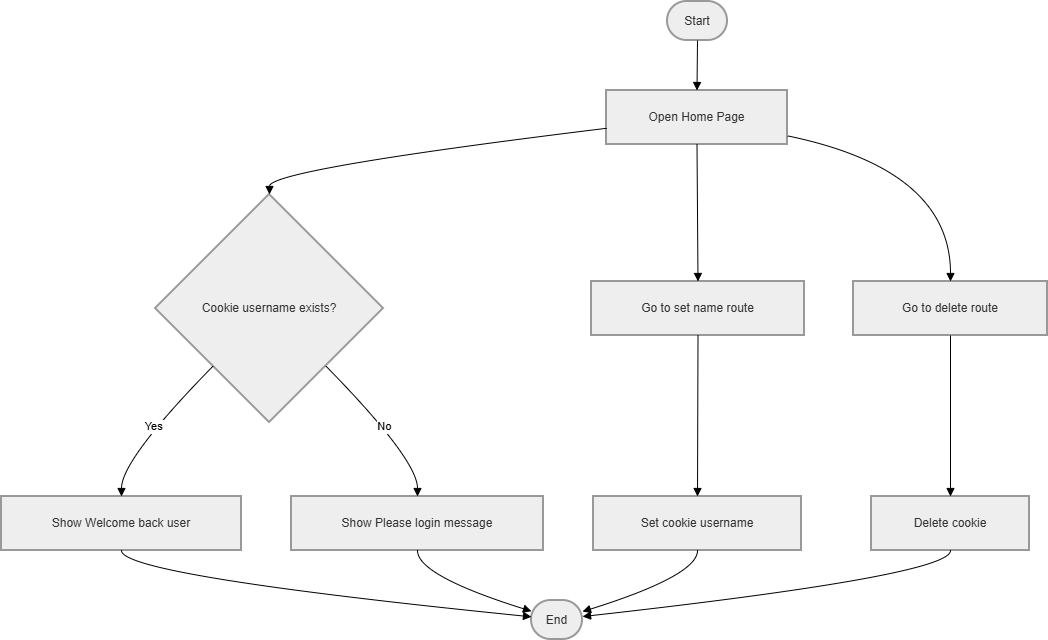
This is Cookies_activities/coookies.drawio.png from Sundhari-Hanish/Flask_Framework, a draw.io export, as it was before one commit. Source tidied: cells renumbered, new cells last; positions are measured from the earlier drawing's top-left corner, leaving out a move shared by most shapes. Its diagram source:
```xml
<mxGraphModel>
  <root>
    <mxCell id="0" />
    <mxCell id="1" parent="0" />
    <mxCell id="2" value="Start" style="rounded=1;whiteSpace=wrap;arcSize=50;strokeWidth=2;fillColor=light-dark(#eeeeee,#1f2020);strokeColor=light-dark(#999999,#cccccc);fontColor=light-dark(#333333,#cccccc);" parent="1" vertex="1">
      <mxGeometry x="666" width="60" height="39" as="geometry" />
    </mxCell>
    <mxCell id="3" value="Open Home Page" style="whiteSpace=wrap;strokeWidth=2;fillColor=light-dark(#eeeeee,#1f2020);strokeColor=light-dark(#999999,#cccccc);fontColor=light-dark(#333333,#cccccc);" parent="1" vertex="1">
      <mxGeometry x="605" y="89" width="181" height="54" as="geometry" />
    </mxCell>
    <mxCell id="4" value="Cookie username exists?" style="rhombus;strokeWidth=2;whiteSpace=wrap;fillColor=light-dark(#eeeeee,#1f2020);strokeColor=light-dark(#999999,#cccccc);fontColor=light-dark(#333333,#cccccc);" parent="1" vertex="1">
      <mxGeometry x="154" y="193" width="228" height="228" as="geometry" />
    </mxCell>
    <mxCell id="5" value="Show Welcome back user" style="whiteSpace=wrap;strokeWidth=2;fillColor=light-dark(#eeeeee,#1f2020);strokeColor=light-dark(#999999,#cccccc);fontColor=light-dark(#333333,#cccccc);" parent="1" vertex="1">
      <mxGeometry y="495" width="240" height="54" as="geometry" />
    </mxCell>
    <mxCell id="6" value="Show Please login message" style="whiteSpace=wrap;strokeWidth=2;fillColor=light-dark(#eeeeee,#1f2020);strokeColor=light-dark(#999999,#cccccc);fontColor=light-dark(#333333,#cccccc);" parent="1" vertex="1">
      <mxGeometry x="290" y="495" width="252" height="54" as="geometry" />
    </mxCell>
    <mxCell id="7" value="Go to set name route" style="whiteSpace=wrap;strokeWidth=2;fillColor=light-dark(#eeeeee,#1f2020);strokeColor=light-dark(#999999,#cccccc);fontColor=light-dark(#333333,#cccccc);" parent="1" vertex="1">
      <mxGeometry x="590" y="280" width="213" height="54" as="geometry" />
    </mxCell>
    <mxCell id="8" value="Set cookie username" style="whiteSpace=wrap;strokeWidth=2;fillColor=light-dark(#eeeeee,#1f2020);strokeColor=light-dark(#999999,#cccccc);fontColor=light-dark(#333333,#cccccc);" parent="1" vertex="1">
      <mxGeometry x="592" y="495" width="208" height="54" as="geometry" />
    </mxCell>
    <mxCell id="9" value="Go to delete route" style="whiteSpace=wrap;strokeWidth=2;fillColor=light-dark(#eeeeee,#1f2020);strokeColor=light-dark(#999999,#cccccc);fontColor=light-dark(#333333,#cccccc);" parent="1" vertex="1">
      <mxGeometry x="852" y="280" width="194" height="54" as="geometry" />
    </mxCell>
    <mxCell id="10" value="Delete cookie" style="whiteSpace=wrap;strokeWidth=2;fillColor=light-dark(#eeeeee,#1f2020);strokeColor=light-dark(#999999,#cccccc);fontColor=light-dark(#333333,#cccccc);" parent="1" vertex="1">
      <mxGeometry x="870" y="495" width="158" height="54" as="geometry" />
    </mxCell>
    <mxCell id="11" value="End" style="rounded=1;whiteSpace=wrap;arcSize=50;strokeWidth=2;fillColor=light-dark(#eeeeee,#1f2020);strokeColor=light-dark(#999999,#cccccc);fontColor=light-dark(#333333,#cccccc);" parent="1" vertex="1">
      <mxGeometry x="530" y="599" width="51" height="39" as="geometry" />
    </mxCell>
    <mxCell id="12" style="curved=1;startArrow=none;endArrow=block;exitX=0.5;exitY=1;entryX=0.5;entryY=0;rounded=0;" parent="1" edge="1" source="2" target="3">
      <mxGeometry relative="1" as="geometry" />
    </mxCell>
    <mxCell id="13" style="curved=1;startArrow=none;endArrow=block;exitX=0;exitY=0.7;entryX=0.5;entryY=0;rounded=0;" parent="1" edge="1" source="3" target="4">
      <mxGeometry relative="1" as="geometry">
        <Array as="points">
          <mxPoint x="268" y="168" />
        </Array>
      </mxGeometry>
    </mxCell>
    <mxCell id="14" value="Yes" style="curved=1;startArrow=none;endArrow=block;exitX=0.01;exitY=1;entryX=0.5;entryY=-0.01;rounded=0;" parent="1" edge="1" source="4" target="5">
      <mxGeometry relative="1" as="geometry">
        <Array as="points">
          <mxPoint x="120" y="458" />
        </Array>
      </mxGeometry>
    </mxCell>
    <mxCell id="15" style="curved=1;startArrow=none;endArrow=block;exitX=0.5;exitY=0.99;entryX=0.01;entryY=0.42;rounded=0;" parent="1" edge="1" source="5" target="11">
      <mxGeometry relative="1" as="geometry">
        <Array as="points">
          <mxPoint x="120" y="574" />
        </Array>
      </mxGeometry>
    </mxCell>
    <mxCell id="16" value="No" style="curved=1;startArrow=none;endArrow=block;exitX=0.99;exitY=1;entryX=0.5;entryY=-0.01;rounded=0;" parent="1" edge="1" source="4" target="6">
      <mxGeometry relative="1" as="geometry">
        <Array as="points">
          <mxPoint x="416" y="458" />
        </Array>
      </mxGeometry>
    </mxCell>
    <mxCell id="17" style="curved=1;startArrow=none;endArrow=block;exitX=0.5;exitY=0.99;entryX=0.01;entryY=0.28;rounded=0;" parent="1" edge="1" source="6" target="11">
      <mxGeometry relative="1" as="geometry">
        <Array as="points">
          <mxPoint x="416" y="574" />
        </Array>
      </mxGeometry>
    </mxCell>
    <mxCell id="18" style="curved=1;startArrow=none;endArrow=block;exitX=0.5;exitY=1;entryX=0.5;entryY=0;rounded=0;" parent="1" edge="1" source="3" target="7">
      <mxGeometry relative="1" as="geometry" />
    </mxCell>
    <mxCell id="19" style="curved=1;startArrow=none;endArrow=block;exitX=0.5;exitY=1;entryX=0.5;entryY=-0.01;rounded=0;" parent="1" edge="1" source="7" target="8">
      <mxGeometry relative="1" as="geometry" />
    </mxCell>
    <mxCell id="20" style="curved=1;startArrow=none;endArrow=block;exitX=0.5;exitY=0.99;entryX=1.01;entryY=0.28;rounded=0;" parent="1" edge="1" source="8" target="11">
      <mxGeometry relative="1" as="geometry">
        <Array as="points">
          <mxPoint x="696" y="574" />
        </Array>
      </mxGeometry>
    </mxCell>
    <mxCell id="21" style="curved=1;startArrow=none;endArrow=block;exitX=1;exitY=0.84;entryX=0.5;entryY=0;rounded=0;" parent="1" edge="1" source="3" target="9">
      <mxGeometry relative="1" as="geometry">
        <Array as="points">
          <mxPoint x="949" y="168" />
        </Array>
      </mxGeometry>
    </mxCell>
    <mxCell id="22" style="curved=1;startArrow=none;endArrow=block;exitX=0.5;exitY=1;entryX=0.5;entryY=-0.01;rounded=0;" parent="1" edge="1" source="9" target="10">
      <mxGeometry relative="1" as="geometry" />
    </mxCell>
    <mxCell id="23" style="curved=1;startArrow=none;endArrow=block;exitX=0.5;exitY=0.99;entryX=1.01;entryY=0.41;rounded=0;" parent="1" edge="1" source="10" target="11">
      <mxGeometry relative="1" as="geometry">
        <Array as="points">
          <mxPoint x="949" y="574" />
        </Array>
      </mxGeometry>
    </mxCell>
  </root>
</mxGraphModel>
```
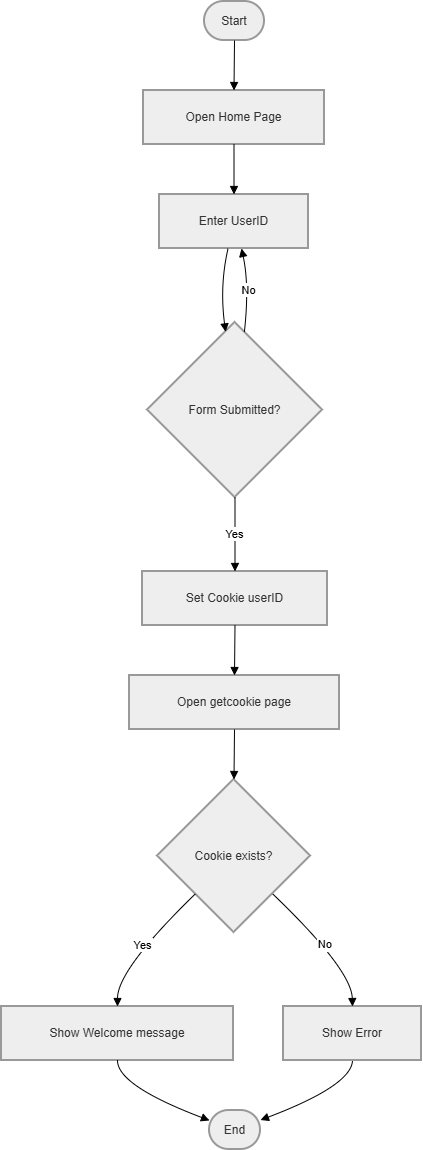
After the commit.

What changed in the source:
```diff
@@ -8,97 +8,86 @@
     <mxCell id="3" value="Open Home Page" style="whiteSpace=wrap;strokeWidth=2;fillColor=light-dark(#eeeeee,#1f2020);strokeColor=light-dark(#999999,#cccccc);fontColor=light-dark(#333333,#cccccc);" parent="1" vertex="1">
       <mxGeometry x="605" y="89" width="181" height="54" as="geometry" />
     </mxCell>
-    <mxCell id="4" value="Cookie username exists?" style="rhombus;strokeWidth=2;whiteSpace=wrap;fillColor=light-dark(#eeeeee,#1f2020);strokeColor=light-dark(#999999,#cccccc);fontColor=light-dark(#333333,#cccccc);" parent="1" vertex="1">
-      <mxGeometry x="154" y="193" width="228" height="228" as="geometry" />
-    </mxCell>
-    <mxCell id="5" value="Show Welcome back user" style="whiteSpace=wrap;strokeWidth=2;fillColor=light-dark(#eeeeee,#1f2020);strokeColor=light-dark(#999999,#cccccc);fontColor=light-dark(#333333,#cccccc);" parent="1" vertex="1">
-      <mxGeometry y="495" width="240" height="54" as="geometry" />
-    </mxCell>
-    <mxCell id="6" value="Show Please login message" style="whiteSpace=wrap;strokeWidth=2;fillColor=light-dark(#eeeeee,#1f2020);strokeColor=light-dark(#999999,#cccccc);fontColor=light-dark(#333333,#cccccc);" parent="1" vertex="1">
-      <mxGeometry x="290" y="495" width="252" height="54" as="geometry" />
-    </mxCell>
-    <mxCell id="7" value="Go to set name route" style="whiteSpace=wrap;strokeWidth=2;fillColor=light-dark(#eeeeee,#1f2020);strokeColor=light-dark(#999999,#cccccc);fontColor=light-dark(#333333,#cccccc);" parent="1" vertex="1">
-      <mxGeometry x="590" y="280" width="213" height="54" as="geometry" />
-    </mxCell>
-    <mxCell id="8" value="Set cookie username" style="whiteSpace=wrap;strokeWidth=2;fillColor=light-dark(#eeeeee,#1f2020);strokeColor=light-dark(#999999,#cccccc);fontColor=light-dark(#333333,#cccccc);" parent="1" vertex="1">
-      <mxGeometry x="592" y="495" width="208" height="54" as="geometry" />
-    </mxCell>
-    <mxCell id="9" value="Go to delete route" style="whiteSpace=wrap;strokeWidth=2;fillColor=light-dark(#eeeeee,#1f2020);strokeColor=light-dark(#999999,#cccccc);fontColor=light-dark(#333333,#cccccc);" parent="1" vertex="1">
-      <mxGeometry x="852" y="280" width="194" height="54" as="geometry" />
-    </mxCell>
-    <mxCell id="10" value="Delete cookie" style="whiteSpace=wrap;strokeWidth=2;fillColor=light-dark(#eeeeee,#1f2020);strokeColor=light-dark(#999999,#cccccc);fontColor=light-dark(#333333,#cccccc);" parent="1" vertex="1">
-      <mxGeometry x="870" y="495" width="158" height="54" as="geometry" />
-    </mxCell>
+    <mxCell id="24" value="Enter UserID" style="whiteSpace=wrap;strokeWidth=2;fillColor=light-dark(#eeeeee,#1f2020);strokeColor=light-dark(#999999,#cccccc);fontColor=light-dark(#333333,#cccccc);" parent="1" vertex="1">
+      <mxGeometry x="621" y="193" width="149" height="54" as="geometry" />
+    </mxCell>
+    <mxCell id="25" value="Form Submitted?" style="rhombus;strokeWidth=2;whiteSpace=wrap;fillColor=light-dark(#eeeeee,#1f2020);strokeColor=light-dark(#999999,#cccccc);fontColor=light-dark(#333333,#cccccc);" parent="1" vertex="1">
+      <mxGeometry x="609" y="321" width="175" height="175" as="geometry" />
+    </mxCell>
+    <mxCell id="26" value="Set Cookie userID" style="whiteSpace=wrap;strokeWidth=2;fillColor=light-dark(#eeeeee,#1f2020);strokeColor=light-dark(#999999,#cccccc);fontColor=light-dark(#333333,#cccccc);" parent="1" vertex="1">
+      <mxGeometry x="604" y="570" width="185" height="54" as="geometry" />
+    </mxCell>
+    <mxCell id="27" value="Open getcookie page" style="whiteSpace=wrap;strokeWidth=2;fillColor=light-dark(#eeeeee,#1f2020);strokeColor=light-dark(#999999,#cccccc);fontColor=light-dark(#333333,#cccccc);" parent="1" vertex="1">
+      <mxGeometry x="591" y="674" width="210" height="54" as="geometry" />
+    </mxCell>
+    <mxCell id="28" value="Cookie exists?" style="rhombus;strokeWidth=2;whiteSpace=wrap;fillColor=light-dark(#eeeeee,#1f2020);strokeColor=light-dark(#999999,#cccccc);fontColor=light-dark(#333333,#cccccc);" parent="1" vertex="1">
+      <mxGeometry x="619" y="778" width="153" height="153" as="geometry" />
+    </mxCell>
+    <mxCell id="29" value="Show Welcome message" style="whiteSpace=wrap;strokeWidth=2;fillColor=light-dark(#eeeeee,#1f2020);strokeColor=light-dark(#999999,#cccccc);fontColor=light-dark(#333333,#cccccc);" parent="1" vertex="1">
+      <mxGeometry x="463" y="1005" width="232" height="54" as="geometry" />
+    </mxCell>
+    <mxCell id="30" value="Show Error" style="whiteSpace=wrap;strokeWidth=2;fillColor=light-dark(#eeeeee,#1f2020);strokeColor=light-dark(#999999,#cccccc);fontColor=light-dark(#333333,#cccccc);" parent="1" vertex="1">
+      <mxGeometry x="745" y="1005" width="138" height="54" as="geometry" />
+    </mxCell>
     <mxCell id="11" value="End" style="rounded=1;whiteSpace=wrap;arcSize=50;strokeWidth=2;fillColor=light-dark(#eeeeee,#1f2020);strokeColor=light-dark(#999999,#cccccc);fontColor=light-dark(#333333,#cccccc);" parent="1" vertex="1">
-      <mxGeometry x="530" y="599" width="51" height="39" as="geometry" />
+      <mxGeometry x="671" y="1109" width="51" height="39" as="geometry" />
     </mxCell>
     <mxCell id="12" style="curved=1;startArrow=none;endArrow=block;exitX=0.5;exitY=1;entryX=0.5;entryY=0;rounded=0;" parent="1" edge="1" source="2" target="3">
       <mxGeometry relative="1" as="geometry" />
     </mxCell>
-    <mxCell id="13" style="curved=1;startArrow=none;endArrow=block;exitX=0;exitY=0.7;entryX=0.5;entryY=0;rounded=0;" parent="1" edge="1" source="3" target="4">
-      <mxGeometry relative="1" as="geometry">
-        <Array as="points">
-          <mxPoint x="268" y="168" />
-        </Array>
-      </mxGeometry>
-    </mxCell>
-    <mxCell id="14" value="Yes" style="curved=1;startArrow=none;endArrow=block;exitX=0.01;exitY=1;entryX=0.5;entryY=-0.01;rounded=0;" parent="1" edge="1" source="4" target="5">
-      <mxGeometry relative="1" as="geometry">
-        <Array as="points">
-          <mxPoint x="120" y="458" />
-        </Array>
-      </mxGeometry>
-    </mxCell>
-    <mxCell id="15" style="curved=1;startArrow=none;endArrow=block;exitX=0.5;exitY=0.99;entryX=0.01;entryY=0.42;rounded=0;" parent="1" edge="1" source="5" target="11">
-      <mxGeometry relative="1" as="geometry">
-        <Array as="points">
-          <mxPoint x="120" y="574" />
-        </Array>
-      </mxGeometry>
-    </mxCell>
-    <mxCell id="16" value="No" style="curved=1;startArrow=none;endArrow=block;exitX=0.99;exitY=1;entryX=0.5;entryY=-0.01;rounded=0;" parent="1" edge="1" source="4" target="6">
-      <mxGeometry relative="1" as="geometry">
-        <Array as="points">
-          <mxPoint x="416" y="458" />
-        </Array>
-      </mxGeometry>
-    </mxCell>
-    <mxCell id="17" style="curved=1;startArrow=none;endArrow=block;exitX=0.5;exitY=0.99;entryX=0.01;entryY=0.28;rounded=0;" parent="1" edge="1" source="6" target="11">
-      <mxGeometry relative="1" as="geometry">
-        <Array as="points">
-          <mxPoint x="416" y="574" />
-        </Array>
-      </mxGeometry>
-    </mxCell>
-    <mxCell id="18" style="curved=1;startArrow=none;endArrow=block;exitX=0.5;exitY=1;entryX=0.5;entryY=0;rounded=0;" parent="1" edge="1" source="3" target="7">
-      <mxGeometry relative="1" as="geometry" />
-    </mxCell>
-    <mxCell id="19" style="curved=1;startArrow=none;endArrow=block;exitX=0.5;exitY=1;entryX=0.5;entryY=-0.01;rounded=0;" parent="1" edge="1" source="7" target="8">
-      <mxGeometry relative="1" as="geometry" />
-    </mxCell>
-    <mxCell id="20" style="curved=1;startArrow=none;endArrow=block;exitX=0.5;exitY=0.99;entryX=1.01;entryY=0.28;rounded=0;" parent="1" edge="1" source="8" target="11">
-      <mxGeometry relative="1" as="geometry">
-        <Array as="points">
-          <mxPoint x="696" y="574" />
-        </Array>
-      </mxGeometry>
-    </mxCell>
-    <mxCell id="21" style="curved=1;startArrow=none;endArrow=block;exitX=1;exitY=0.84;entryX=0.5;entryY=0;rounded=0;" parent="1" edge="1" source="3" target="9">
-      <mxGeometry relative="1" as="geometry">
-        <Array as="points">
-          <mxPoint x="949" y="168" />
-        </Array>
-      </mxGeometry>
-    </mxCell>
-    <mxCell id="22" style="curved=1;startArrow=none;endArrow=block;exitX=0.5;exitY=1;entryX=0.5;entryY=-0.01;rounded=0;" parent="1" edge="1" source="9" target="10">
-      <mxGeometry relative="1" as="geometry" />
-    </mxCell>
-    <mxCell id="23" style="curved=1;startArrow=none;endArrow=block;exitX=0.5;exitY=0.99;entryX=1.01;entryY=0.41;rounded=0;" parent="1" edge="1" source="10" target="11">
-      <mxGeometry relative="1" as="geometry">
-        <Array as="points">
-          <mxPoint x="949" y="574" />
-        </Array>
-      </mxGeometry>
-    </mxCell>
+    <mxCell id="31" style="curved=1;startArrow=none;endArrow=block;exitX=0.5;exitY=1;entryX=0.5;entryY=0;rounded=0;" parent="1" edge="1" source="3" target="24">
+      <mxGeometry relative="1" as="geometry" />
+    </mxCell>
+    <mxCell id="32" style="curved=1;startArrow=none;endArrow=block;exitX=0.46;exitY=1;entryX=0.44;entryY=0;rounded=0;" parent="1" edge="1" source="24" target="25">
+      <mxGeometry relative="1" as="geometry">
+        <Array as="points">
+          <mxPoint x="681" y="284" />
+        </Array>
+      </mxGeometry>
+    </mxCell>
+    <mxCell id="33" value="Yes" style="curved=1;startArrow=none;endArrow=block;exitX=0.5;exitY=1;entryX=0.5;entryY=-0.01;rounded=0;" parent="1" edge="1" source="25" target="26">
+      <mxGeometry relative="1" as="geometry" />
+    </mxCell>
+    <mxCell id="34" style="curved=1;startArrow=none;endArrow=block;exitX=0.5;exitY=0.99;entryX=0.5;entryY=-0.01;rounded=0;" parent="1" edge="1" source="26" target="27">
+      <mxGeometry relative="1" as="geometry" />
+    </mxCell>
+    <mxCell id="35" style="curved=1;startArrow=none;endArrow=block;exitX=0.5;exitY=0.99;entryX=0.5;entryY=0;rounded=0;" parent="1" edge="1" source="27" target="28">
+      <mxGeometry relative="1" as="geometry" />
+    </mxCell>
+    <mxCell id="36" value="No" style="curved=1;startArrow=none;endArrow=block;exitX=0.56;exitY=0;entryX=0.55;entryY=1;rounded=0;" parent="1" edge="1" source="25" target="24">
+      <mxGeometry relative="1" as="geometry">
+        <Array as="points">
+          <mxPoint x="711" y="284" />
+        </Array>
+      </mxGeometry>
+    </mxCell>
+    <mxCell id="37" value="Yes" style="curved=1;startArrow=none;endArrow=block;exitX=0;exitY=0.99;entryX=0.5;entryY=0;rounded=0;" parent="1" edge="1" source="28" target="29">
+      <mxGeometry relative="1" as="geometry">
+        <Array as="points">
+          <mxPoint x="579" y="968" />
+        </Array>
+      </mxGeometry>
+    </mxCell>
+    <mxCell id="38" style="curved=1;startArrow=none;endArrow=block;exitX=0.5;exitY=1;entryX=-0.01;entryY=0.25;rounded=0;" parent="1" edge="1" source="29" target="11">
+      <mxGeometry relative="1" as="geometry">
+        <Array as="points">
+          <mxPoint x="579" y="1084" />
+        </Array>
+      </mxGeometry>
+    </mxCell>
+    <mxCell id="39" value="No" style="curved=1;startArrow=none;endArrow=block;exitX=1;exitY=0.99;entryX=0.5;entryY=0;rounded=0;" parent="1" edge="1" source="28" target="30">
+      <mxGeometry relative="1" as="geometry">
+        <Array as="points">
+          <mxPoint x="813" y="968" />
+        </Array>
+      </mxGeometry>
+    </mxCell>
+    <mxCell id="40" style="curved=1;startArrow=none;endArrow=block;exitX=0.5;exitY=1;entryX=0.99;entryY=0.25;rounded=0;" parent="1" edge="1" source="30" target="11">
+      <mxGeometry relative="1" as="geometry">
+        <Array as="points">
+          <mxPoint x="813" y="1084" />
+        </Array>
+      </mxGeometry>
+    </mxCell>
   </root>
 </mxGraphModel>
```
